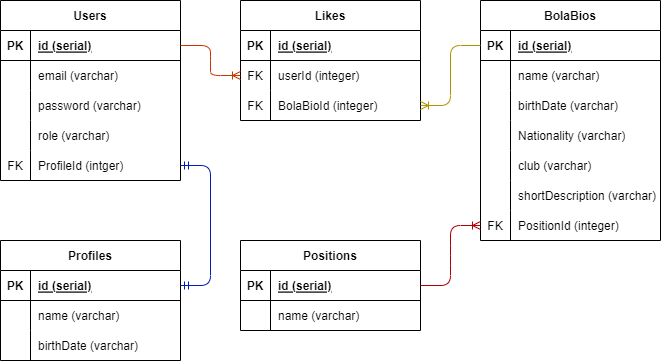
PrimalDest/Super-Soccer keeps this draw.io diagram as ERD/schema-Super-Soccer.drawio.png. Above is the earlier version. Source tidied: cells renumbered, new cells last; positions are measured from the earlier drawing's top-left corner, leaving out a move shared by most shapes.
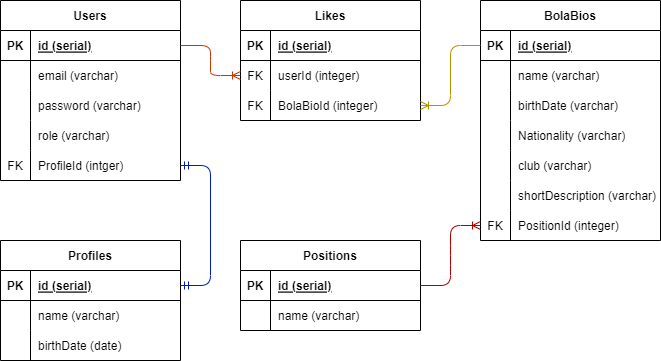
After the commit.

The edit, as a diff of the source:
```diff
@@ -173,7 +173,7 @@
     <mxCell id="58" style="shape=partialRectangle;fillColor=none;top=0;left=0;bottom=0;right=0;overflow=hidden;" parent="57" vertex="1">
       <mxGeometry width="30" height="30" as="geometry" />
     </mxCell>
-    <mxCell id="59" value="birthDate (varchar)" style="shape=partialRectangle;fillColor=none;top=0;left=0;bottom=0;right=0;align=left;spacingLeft=6;overflow=hidden;" parent="57" vertex="1">
+    <mxCell id="59" value="birthDate (date)" style="shape=partialRectangle;fillColor=none;top=0;left=0;bottom=0;right=0;align=left;spacingLeft=6;overflow=hidden;" parent="57" vertex="1">
       <mxGeometry x="30" width="150" height="30" as="geometry" />
     </mxCell>
     <mxCell id="60" value="Positions" style="shape=table;startSize=30;rowLines=0;fontStyle=1;align=center;" parent="1" vertex="1">
```
